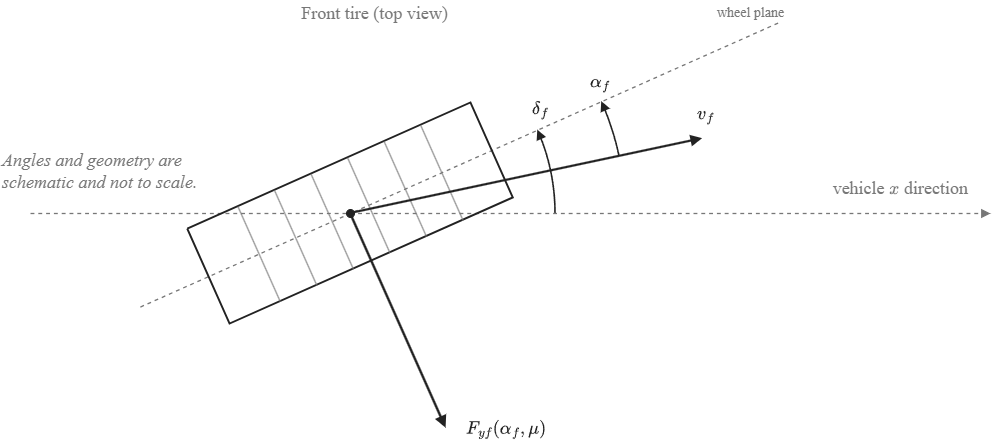
This is Figures/new/main/Fig_Tire_force.png from TanTramM/Adaptive-EPS-using-Reinforcement-Learning, a draw.io export, as it was before one commit. Source tidied: cells renumbered, new cells last; positions are measured from the earlier drawing's top-left corner, leaving out a move shared by most shapes.
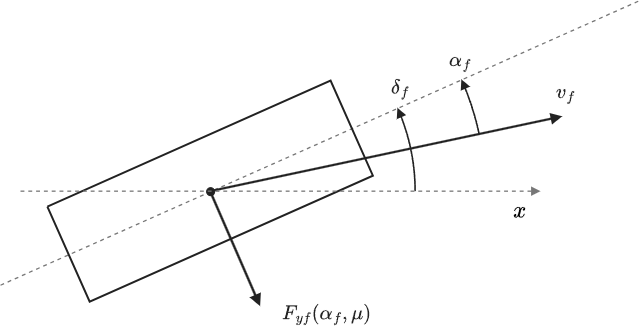
After the change.

Change to the diagram source:
```diff
@@ -2,153 +2,111 @@
   <root>
     <mxCell id="0" />
     <mxCell id="1" parent="0" />
-    <mxCell id="2" style="endArrow=block;startArrow=none;endFill=1;startFill=1;html=1;rounded=0;strokeColor=#777777;strokeWidth=1.3;dashed=1;" parent="1" edge="1">
-      <mxGeometry relative="1" as="geometry">
-        <mxPoint x="30" y="213" as="sourcePoint" />
-        <mxPoint x="990" y="213" as="targetPoint" />
-      </mxGeometry>
-    </mxCell>
-    <mxCell id="3" value="&lt;font style=&quot;font-size: 18px;&quot;&gt;vehicle `x` direction&lt;/font&gt;" style="text;html=1;strokeColor=none;fillColor=none;align=right;verticalAlign=middle;whiteSpace=wrap;fontColor=#777777;fontSize=14;fontFamily=Times New Roman;" parent="1" vertex="1">
-      <mxGeometry x="780" y="175" width="190" height="26" as="geometry" />
-    </mxCell>
+    <mxCell id="24" style="group;fontSize=20;" parent="1" vertex="1">
+      <mxGeometry x="-20" y="-125" width="639.5" height="328.2" as="geometry" />
+    </mxCell>
-    <mxCell id="4" style="endArrow=none;startArrow=none;endFill=1;startFill=1;html=1;rounded=0;strokeColor=#777777;strokeWidth=1.3;dashed=1;" parent="1" edge="1">
+    <mxCell id="4" style="endArrow=none;startArrow=none;endFill=1;startFill=1;html=1;rounded=0;strokeColor=#777777;strokeWidth=1.3;dashed=1;fontSize=20;" parent="24" edge="1">
       <mxGeometry relative="1" as="geometry">
-        <mxPoint x="139.9" y="306.5" as="sourcePoint" />
-        <mxPoint x="779.4" y="21.8" as="targetPoint" />
+        <mxPoint y="284.7" as="sourcePoint" />
+        <mxPoint x="639.5" as="targetPoint" />
       </mxGeometry>
     </mxCell>
-    <mxCell id="5" value="wheel plane" style="text;html=1;strokeColor=none;fillColor=none;align=center;verticalAlign=middle;whiteSpace=wrap;fontColor=#777777;fontSize=14;fontFamily=Times New Roman;" parent="1" vertex="1">
-      <mxGeometry x="693.5" width="113" height="26" as="geometry" />
-    </mxCell>
-    <mxCell id="6" style="endArrow=none;startArrow=none;endFill=1;startFill=1;html=1;rounded=0;strokeColor=#222222;strokeWidth=2.0;" parent="1" edge="1">
+    <mxCell id="6" style="endArrow=none;startArrow=none;endFill=1;startFill=1;html=1;rounded=0;strokeColor=#222222;strokeWidth=2.0;fontSize=20;" parent="24" edge="1">
       <mxGeometry relative="1" as="geometry">
-        <mxPoint x="187.2" y="228.5" as="sourcePoint" />
-        <mxPoint x="187.2" y="228.5" as="targetPoint" />
+        <mxPoint x="47.4" y="206.7" as="sourcePoint" />
+        <mxPoint x="47.4" y="206.7" as="targetPoint" />
         <Array as="points">
-          <mxPoint x="470.4" y="102.5" />
-          <mxPoint x="512.8" y="197.5" />
-          <mxPoint x="229.6" y="323.5" />
+          <mxPoint x="330.6" y="80.6" />
+          <mxPoint x="372.9" y="175.6" />
+          <mxPoint x="89.7" y="301.7" />
         </Array>
       </mxGeometry>
     </mxCell>
-    <mxCell id="7" style="endArrow=none;startArrow=none;endFill=1;startFill=1;html=1;rounded=0;strokeColor=#777777;strokeWidth=1.0;" parent="1" edge="1">
-      <mxGeometry relative="1" as="geometry">
-        <mxPoint x="237.5" y="206.2" as="sourcePoint" />
-        <mxPoint x="279.8" y="301.2" as="targetPoint" />
-      </mxGeometry>
-    </mxCell>
-    <mxCell id="8" style="endArrow=none;startArrow=none;endFill=1;startFill=1;html=1;rounded=0;strokeColor=#777777;strokeWidth=1.0;" parent="1" edge="1">
-      <mxGeometry relative="1" as="geometry">
-        <mxPoint x="274" y="189.9" as="sourcePoint" />
-        <mxPoint x="316.3" y="284.9" as="targetPoint" />
-      </mxGeometry>
-    </mxCell>
-    <mxCell id="9" style="endArrow=none;startArrow=none;endFill=1;startFill=1;html=1;rounded=0;strokeColor=#777777;strokeWidth=1.0;" parent="1" edge="1">
-      <mxGeometry relative="1" as="geometry">
-        <mxPoint x="310.6" y="173.6" as="sourcePoint" />
-        <mxPoint x="352.9" y="268.6" as="targetPoint" />
-      </mxGeometry>
-    </mxCell>
-    <mxCell id="10" style="endArrow=none;startArrow=none;endFill=1;startFill=1;html=1;rounded=0;strokeColor=#777777;strokeWidth=1.0;" parent="1" edge="1">
-      <mxGeometry relative="1" as="geometry">
-        <mxPoint x="347.1" y="157.4" as="sourcePoint" />
-        <mxPoint x="389.4" y="252.4" as="targetPoint" />
-      </mxGeometry>
-    </mxCell>
-    <mxCell id="11" style="endArrow=none;startArrow=none;endFill=1;startFill=1;html=1;rounded=0;strokeColor=#777777;strokeWidth=1.0;" parent="1" edge="1">
-      <mxGeometry relative="1" as="geometry">
-        <mxPoint x="383.7" y="141.1" as="sourcePoint" />
-        <mxPoint x="426" y="236.1" as="targetPoint" />
-      </mxGeometry>
-    </mxCell>
-    <mxCell id="12" style="endArrow=none;startArrow=none;endFill=1;startFill=1;html=1;rounded=0;strokeColor=#777777;strokeWidth=1.0;" parent="1" edge="1">
-      <mxGeometry relative="1" as="geometry">
-        <mxPoint x="420.2" y="124.8" as="sourcePoint" />
-        <mxPoint x="462.5" y="219.8" as="targetPoint" />
-      </mxGeometry>
-    </mxCell>
-    <mxCell id="13" value="Front tire (top view)" style="text;html=1;strokeColor=none;fillColor=none;align=center;verticalAlign=middle;whiteSpace=wrap;fontColor=#777777;fontSize=18;fontFamily=Times New Roman;" parent="1" vertex="1">
-      <mxGeometry x="270" width="209" height="26" as="geometry" />
-    </mxCell>
-    <mxCell id="14" style="endArrow=block;startArrow=none;endFill=1;startFill=1;html=1;rounded=0;strokeColor=#222222;strokeWidth=2.2;" parent="1" edge="1">
+    <mxCell id="14" style="endArrow=block;startArrow=none;endFill=1;startFill=1;html=1;rounded=0;strokeColor=#222222;strokeWidth=2.2;fontSize=20;" parent="24" edge="1">
       <mxGeometry relative="1" as="geometry">
-        <mxPoint x="350" y="213" as="sourcePoint" />
-        <mxPoint x="702.1" y="138.2" as="targetPoint" />
+        <mxPoint x="210.1" y="191.2" as="sourcePoint" />
+        <mxPoint x="562.2" y="116.3" as="targetPoint" />
       </mxGeometry>
     </mxCell>
-    <mxCell id="15" value="`v_f`" style="text;html=1;strokeColor=none;fillColor=none;align=center;verticalAlign=middle;whiteSpace=wrap;fontColor=#222222;fontSize=18;fontFamily=Times New Roman;" parent="1" vertex="1">
-      <mxGeometry x="690" y="97" width="32" height="32" as="geometry" />
+    <mxCell id="15" value="`v_f`" style="text;html=1;strokeColor=none;fillColor=none;align=center;verticalAlign=middle;whiteSpace=wrap;fontColor=#222222;fontSize=20;fontFamily=Times New Roman;" parent="24" vertex="1">
+      <mxGeometry x="550.1" y="75.2" width="32" height="32" as="geometry" />
     </mxCell>
-    <mxCell id="16" style="endArrow=block;startArrow=none;endFill=1;startFill=1;html=1;rounded=0;strokeColor=#222222;strokeWidth=2.4;" parent="1" edge="1">
+    <mxCell id="16" style="endArrow=block;startArrow=none;endFill=1;startFill=1;html=1;rounded=0;strokeColor=#222222;strokeWidth=2.4;fontSize=20;" parent="24" edge="1">
       <mxGeometry relative="1" as="geometry">
-        <mxPoint x="350" y="213" as="sourcePoint" />
-        <mxPoint x="445.6" y="427.7" as="targetPoint" />
+        <mxPoint x="210.1" y="191.2" as="sourcePoint" />
+        <mxPoint x="260.1" y="306.2" as="targetPoint" />
       </mxGeometry>
     </mxCell>
-    <mxCell id="17" value="`F_(yf)(alpha_f,mu)`" style="text;html=1;strokeColor=none;fillColor=none;align=left;verticalAlign=middle;whiteSpace=wrap;fontColor=#222222;fontSize=18;fontFamily=Times New Roman;" parent="1" vertex="1">
-      <mxGeometry x="463.6" y="411.7" width="176" height="32" as="geometry" />
+    <mxCell id="17" value="`F_(yf)(alpha_f,mu)`" style="text;html=1;strokeColor=none;fillColor=none;align=left;verticalAlign=middle;whiteSpace=wrap;fontColor=#222222;fontSize=20;fontFamily=Times New Roman;" parent="24" vertex="1">
+      <mxGeometry x="280.1" y="296.2" width="176" height="32" as="geometry" />
     </mxCell>
-    <mxCell id="18" style="ellipse;whiteSpace=wrap;html=1;fillColor=#222222;strokeColor=#222222;" parent="1" vertex="1">
-      <mxGeometry x="346" y="209" width="8" height="8" as="geometry" />
+    <mxCell id="18" style="ellipse;whiteSpace=wrap;html=1;fillColor=#222222;strokeColor=#222222;fontSize=20;" parent="24" vertex="1">
+      <mxGeometry x="206.1" y="187.2" width="8" height="8" as="geometry" />
     </mxCell>
-    <mxCell id="19" style="endArrow=block;startArrow=none;endFill=1;startFill=1;html=1;rounded=0;strokeColor=#222222;strokeWidth=1.6;" parent="1" edge="1">
+    <mxCell id="19" style="endArrow=block;startArrow=none;endFill=1;startFill=1;html=1;rounded=0;strokeColor=#222222;strokeWidth=1.6;fontSize=20;" parent="24" edge="1">
       <mxGeometry relative="1" as="geometry">
-        <mxPoint x="555" y="213" as="sourcePoint" />
-        <mxPoint x="537.3" y="129.6" as="targetPoint" />
+        <mxPoint x="415.1" y="191.2" as="sourcePoint" />
+        <mxPoint x="397.4" y="107.8" as="targetPoint" />
         <Array as="points">
-          <mxPoint x="554.9" y="208.2" />
-          <mxPoint x="554.8" y="203.5" />
-          <mxPoint x="554.5" y="198.7" />
-          <mxPoint x="554.1" y="193.9" />
-          <mxPoint x="553.6" y="189.2" />
-          <mxPoint x="553" y="184.5" />
-          <mxPoint x="552.3" y="179.8" />
-          <mxPoint x="551.5" y="175.1" />
-          <mxPoint x="550.5" y="170.4" />
-          <mxPoint x="549.5" y="165.7" />
-          <mxPoint x="548.3" y="161.1" />
-          <mxPoint x="547.1" y="156.5" />
-          <mxPoint x="545.7" y="151.9" />
-          <mxPoint x="544.2" y="147.4" />
-          <mxPoint x="542.6" y="142.9" />
-          <mxPoint x="541" y="138.4" />
-          <mxPoint x="539.2" y="134" />
+          <mxPoint x="415.1" y="186.4" />
+          <mxPoint x="414.9" y="181.6" />
+          <mxPoint x="414.6" y="176.9" />
+          <mxPoint x="414.2" y="172.1" />
+          <mxPoint x="413.7" y="167.4" />
+          <mxPoint x="413.1" y="162.6" />
+          <mxPoint x="412.4" y="157.9" />
+          <mxPoint x="411.6" y="153.2" />
+          <mxPoint x="410.6" y="148.5" />
+          <mxPoint x="409.6" y="143.9" />
+          <mxPoint x="408.4" y="139.3" />
+          <mxPoint x="407.2" y="134.7" />
+          <mxPoint x="405.8" y="130.1" />
+          <mxPoint x="404.3" y="125.6" />
+          <mxPoint x="402.8" y="121.1" />
+          <mxPoint x="401.1" y="116.6" />
+          <mxPoint x="399.3" y="112.2" />
         </Array>
       </mxGeometry>
     </mxCell>
-    <mxCell id="20" value="`delta_f`" style="text;html=1;strokeColor=none;fillColor=none;align=center;verticalAlign=middle;whiteSpace=wrap;fontColor=#222222;fontSize=18;fontFamily=Times New Roman;" parent="1" vertex="1">
-      <mxGeometry x="500" y="92" width="80" height="32" as="geometry" />
+    <mxCell id="20" value="`delta_f`" style="text;html=1;strokeColor=none;fillColor=none;align=center;verticalAlign=middle;whiteSpace=wrap;fontColor=#222222;fontSize=20;fontFamily=Times New Roman;" parent="24" vertex="1">
+      <mxGeometry x="360.1" y="70.2" width="80" height="32" as="geometry" />
     </mxCell>
-    <mxCell id="21" style="endArrow=block;startArrow=none;endFill=1;startFill=1;html=1;rounded=0;strokeColor=#222222;strokeWidth=1.6;" parent="1" edge="1">
+    <mxCell id="21" style="endArrow=block;startArrow=none;endFill=1;startFill=1;html=1;rounded=0;strokeColor=#222222;strokeWidth=1.6;fontSize=20;" parent="24" edge="1">
       <mxGeometry relative="1" as="geometry">
-        <mxPoint x="619" y="155.8" as="sourcePoint" />
-        <mxPoint x="601.2" y="101.1" as="targetPoint" />
+        <mxPoint x="479.1" y="134" as="sourcePoint" />
+        <mxPoint x="461.3" y="79.3" as="targetPoint" />
         <Array as="points">
-          <mxPoint x="618.3" y="152.7" />
-          <mxPoint x="617.6" y="149.6" />
-          <mxPoint x="616.8" y="146.5" />
-          <mxPoint x="616" y="143.4" />
-          <mxPoint x="615.2" y="140.3" />
-          <mxPoint x="614.3" y="137.2" />
-          <mxPoint x="613.4" y="134.1" />
-          <mxPoint x="612.5" y="131.1" />
-          <mxPoint x="611.5" y="128" />
-          <mxPoint x="610.5" y="125" />
-          <mxPoint x="609.5" y="122" />
-          <mxPoint x="608.4" y="118.9" />
-          <mxPoint x="607.3" y="115.9" />
-          <mxPoint x="606.2" y="113" />
-          <mxPoint x="605" y="110" />
-          <mxPoint x="603.8" y="107" />
-          <mxPoint x="602.5" y="104.1" />
+          <mxPoint x="478.4" y="130.9" />
+          <mxPoint x="477.7" y="127.7" />
+          <mxPoint x="476.9" y="124.6" />
+          <mxPoint x="476.2" y="121.5" />
+          <mxPoint x="475.3" y="118.4" />
+          <mxPoint x="474.5" y="115.4" />
+          <mxPoint x="473.6" y="112.3" />
+          <mxPoint x="472.6" y="109.2" />
+          <mxPoint x="471.7" y="106.2" />
+          <mxPoint x="470.6" y="103.1" />
+          <mxPoint x="469.6" y="100.1" />
+          <mxPoint x="468.5" y="97.1" />
+          <mxPoint x="467.4" y="94.1" />
+          <mxPoint x="466.3" y="91.1" />
+          <mxPoint x="465.1" y="88.1" />
+          <mxPoint x="463.9" y="85.2" />
+          <mxPoint x="462.6" y="82.2" />
         </Array>
       </mxGeometry>
     </mxCell>
-    <mxCell id="22" value="`alpha_f`" style="text;html=1;strokeColor=none;fillColor=none;align=center;verticalAlign=middle;whiteSpace=wrap;fontColor=#222222;fontSize=18;fontFamily=Times New Roman;" parent="1" vertex="1">
-      <mxGeometry x="560" y="65" width="80" height="32" as="geometry" />
+    <mxCell id="22" value="`alpha_f`" style="text;html=1;strokeColor=none;fillColor=none;align=center;verticalAlign=middle;whiteSpace=wrap;fontColor=#222222;fontSize=20;fontFamily=Times New Roman;" parent="24" vertex="1">
+      <mxGeometry x="420.1" y="43.2" width="80" height="32" as="geometry" />
     </mxCell>
-    <mxCell id="23" value="&lt;font style=&quot;font-size: 18px;&quot;&gt;Angles and geometry are schematic and not to scale.&lt;/font&gt;" style="text;html=1;strokeColor=none;fillColor=none;align=left;verticalAlign=middle;whiteSpace=wrap;fontColor=#777777;fontSize=13;fontStyle=2;fontFamily=Times New Roman;" parent="1" vertex="1">
-      <mxGeometry y="158" width="237" height="25" as="geometry" />
-    </mxCell>
+    <mxCell id="2" value=" " style="endArrow=block;startArrow=none;endFill=1;startFill=1;html=1;rounded=0;strokeColor=#777777;strokeWidth=1.3;dashed=1;fontSize=20;" parent="24" edge="1">
+      <mxGeometry relative="1" as="geometry">
+        <mxPoint x="20" y="190.7" as="sourcePoint" />
+        <mxPoint x="540" y="190.7" as="targetPoint" />
+      </mxGeometry>
+    </mxCell>
+    <mxCell id="25" value="`x`" style="text;html=1;whiteSpace=wrap;strokeColor=none;fillColor=none;align=center;verticalAlign=middle;rounded=0;fontSize=20;" parent="24" vertex="1">
+      <mxGeometry x="490.1" y="195.2" width="60" height="30" as="geometry" />
+    </mxCell>
   </root>
 </mxGraphModel>
```
